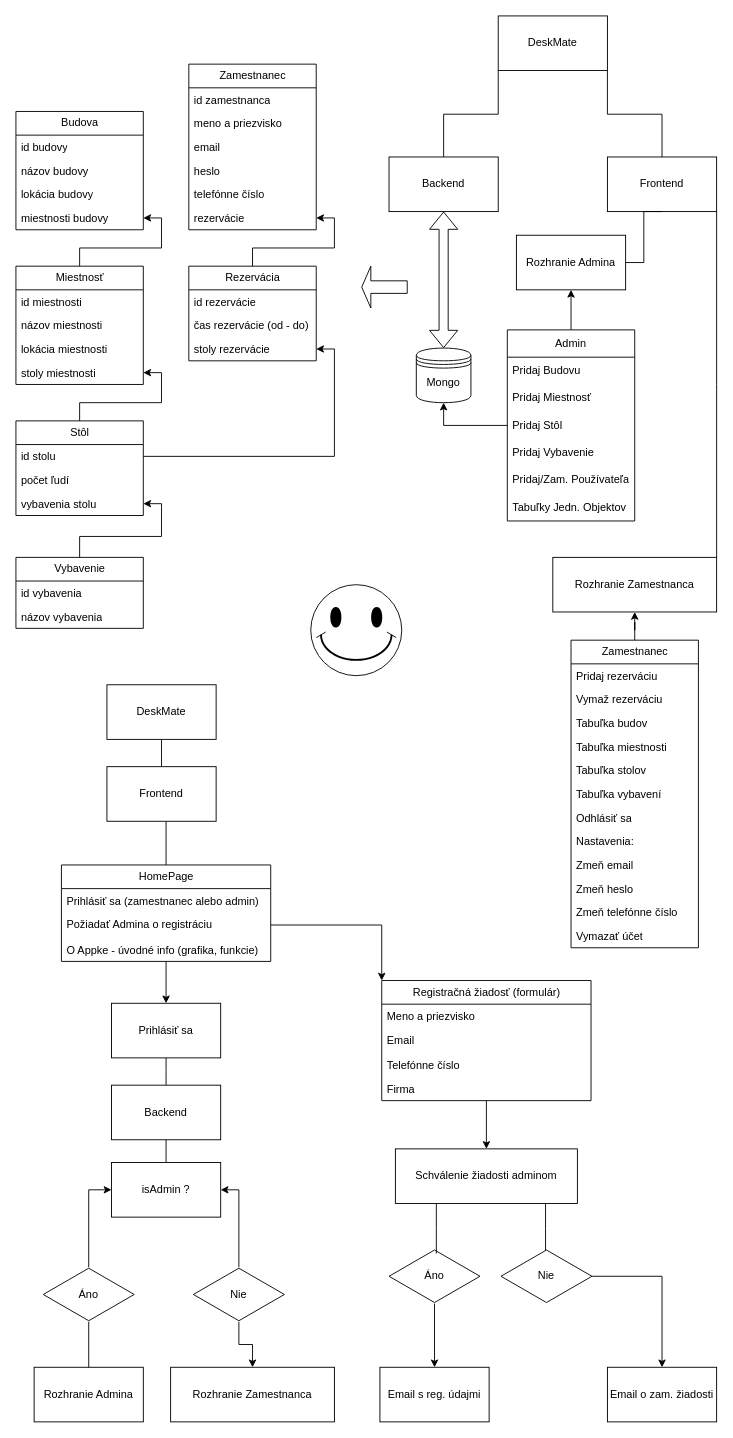
petocjshtml/DeskMate keeps this draw.io diagram as DeskMate.drawio. Above is the earlier version. Source tidied: cells renumbered, new cells numbered last; positions are measured from the earlier drawing's top-left corner, leaving out a move shared by most shapes. Both pictures are drawn from the tidied source at 91%, with x=0, y=0 at pixel (15, 15).
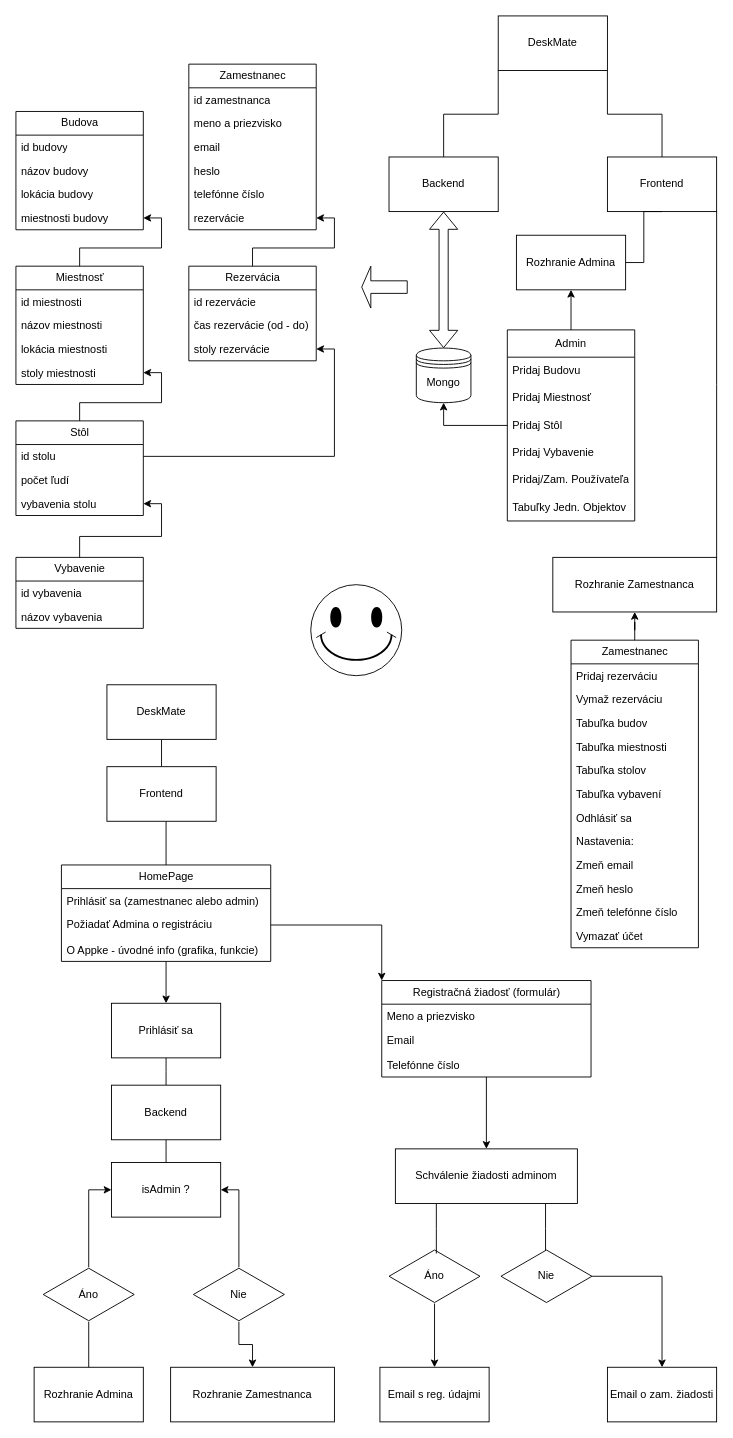
The same page after the edit.

Diff of the diagram source:
```diff
@@
     <mxCell id="85" value="Registračná žiadosť (formulár)" style="swimlane;fontStyle=0;horizontal=1;startSize=26;fillColor=none;html=1;" parent="1" vertex="1">
-      <mxGeometry x="402" y="1060" width="230" height="132" as="geometry" />
+      <mxGeometry x="402" y="1060" width="230" height="106" as="geometry" />
     </mxCell>
@@
-    <mxCell id="89" value="Firma" style="text;strokeColor=none;fillColor=none;align=left;verticalAlign=top;spacingLeft=4;spacingRight=4;overflow=hidden;whiteSpace=wrap;html=1;" parent="85" vertex="1">
-      <mxGeometry y="106" width="230" height="26" as="geometry" />
-    </mxCell>
```
